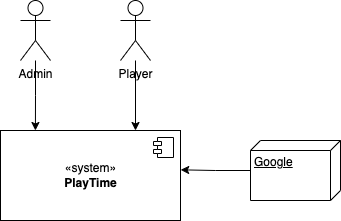
Earlier version of the draw.io export doku/system-context.drawio.png (Skanky0815/playtime). Source tidied: cells renumbered, new cells last; positions are measured from the earlier drawing's top-left corner, leaving out a move shared by most shapes.
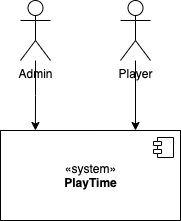
After the change.

Change to the diagram source:
```diff
@@ -22,11 +22,5 @@
     <mxCell id="7" value="Player" style="shape=umlActor;verticalLabelPosition=bottom;verticalAlign=top;html=1;" parent="1" vertex="1">
       <mxGeometry x="120" width="30" height="60" as="geometry" />
     </mxCell>
-    <mxCell id="8" style="edgeStyle=orthogonalEdgeStyle;rounded=0;jettySize=auto;html=1;entryX=1.001;entryY=0.437;entryDx=0;entryDy=0;entryPerimeter=0;" parent="1" edge="1" source="9" target="2">
-      <mxGeometry relative="1" as="geometry" />
-    </mxCell>
-    <mxCell id="9" value="Google" style="verticalAlign=top;align=left;spacingTop=8;spacingLeft=2;spacingRight=12;shape=cube;size=10;direction=south;fontStyle=4;html=1;" parent="1" vertex="1">
-      <mxGeometry x="250" y="140" width="90" height="60" as="geometry" />
-    </mxCell>
   </root>
 </mxGraphModel>
```
